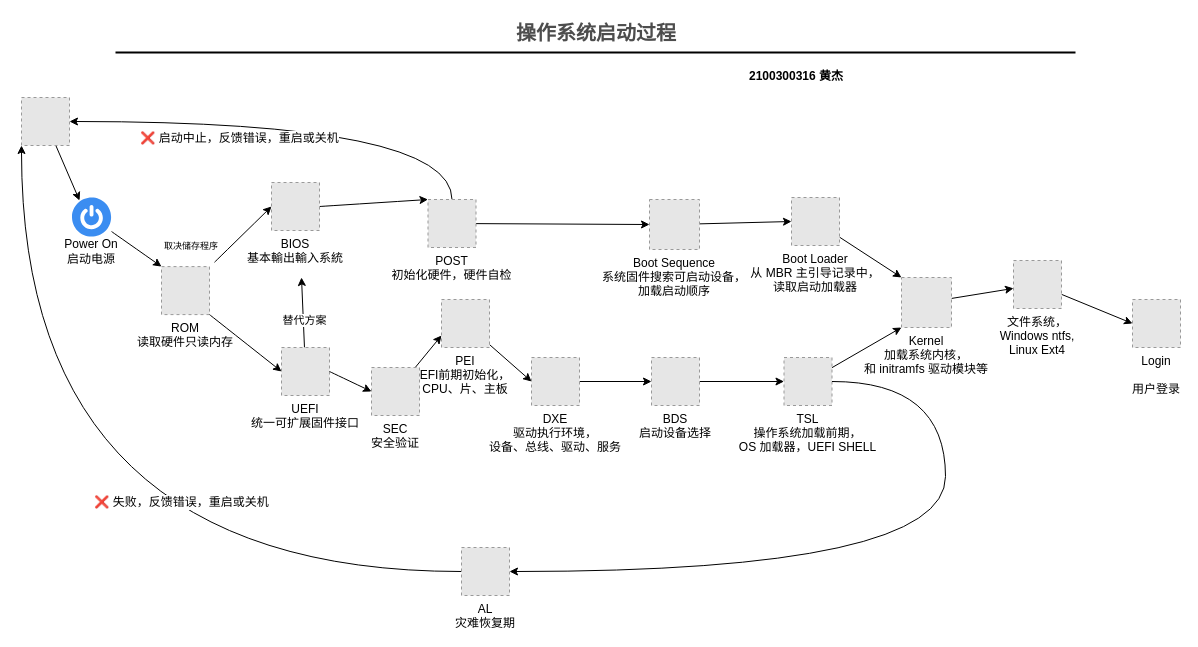
The draw.io diagram map/boot.drawio in msqtt/Sources, before the edit. Source tidied: cells renumbered, new cells numbered last; positions are measured from the earlier drawing's top-left corner, leaving out a move shared by most shapes. Both pictures are drawn from the tidied source at 100%, with x=0, y=0 at pixel (21, 17). Pictures stored in the file or linked from it are replaced by grey dashed boxes.
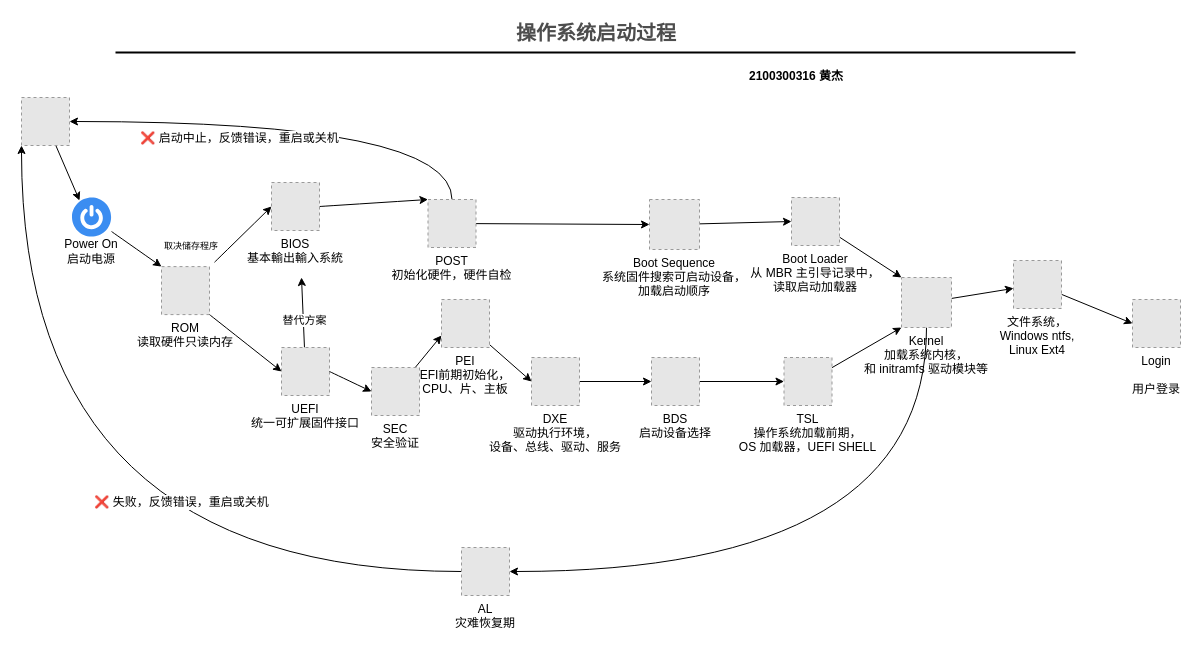
Above is the later version.

Unchanged cells that the change refers to:
```xml
<mxCell id="37" value="TSL&#10;操作系统加载前期，&#10;OS 加载器，UEFI SHELL&#10;" style="fillColor=#E6E6E6;strokeColor=#999999;dashed=1;verticalLabelPosition=bottom;verticalAlign=top;fontSize=12;" parent="1" vertex="1">
  <mxGeometry x="762.5" y="340" width="48" height="48" as="geometry" />
</mxCell>
<mxCell id="41" value="AL&#10;灾难恢复期&#10;" style="fillColor=#E6E6E6;strokeColor=#999999;dashed=1;verticalLabelPosition=bottom;verticalAlign=top;fontSize=12;" parent="1" vertex="1">
  <mxGeometry x="440" y="530" width="48" height="48" as="geometry" />
</mxCell>
<mxCell id="43" value="Kernel&#10;加载系统内核，&#10;和 initramfs 驱动模块等" style="fillColor=#E6E6E6;strokeColor=#999999;dashed=1;verticalLabelPosition=bottom;verticalAlign=top;fontSize=12;" parent="1" vertex="1">
  <mxGeometry x="880" y="260" width="50" height="50" as="geometry" />
</mxCell>
```

Diff of the diagram source:
```diff
@@
-    <mxCell id="38" style="edgeStyle=orthogonalEdgeStyle;curved=1;rounded=0;jettySize=auto;html=1;entryX=1;entryY=0.5;entryDx=0;entryDy=0;fontSize=12;exitX=1;exitY=0.5;exitDx=0;exitDy=0;" parent="1" edge="1" source="37" target="41">
-      <mxGeometry relative="1" as="geometry">
-        <Array as="points">
-          <mxPoint x="924" y="364" />
-          <mxPoint x="924" y="554" />
-        </Array>
-      </mxGeometry>
-    </mxCell>
@@
+    <mxCell id="48" style="edgeStyle=orthogonalEdgeStyle;rounded=0;jettySize=auto;html=1;entryX=1;entryY=0.5;entryDx=0;entryDy=0;curved=1;" parent="1" edge="1" source="43" target="41">
+      <mxGeometry relative="1" as="geometry">
+        <Array as="points">
+          <mxPoint x="905" y="554" />
+        </Array>
+      </mxGeometry>
+    </mxCell>
```
